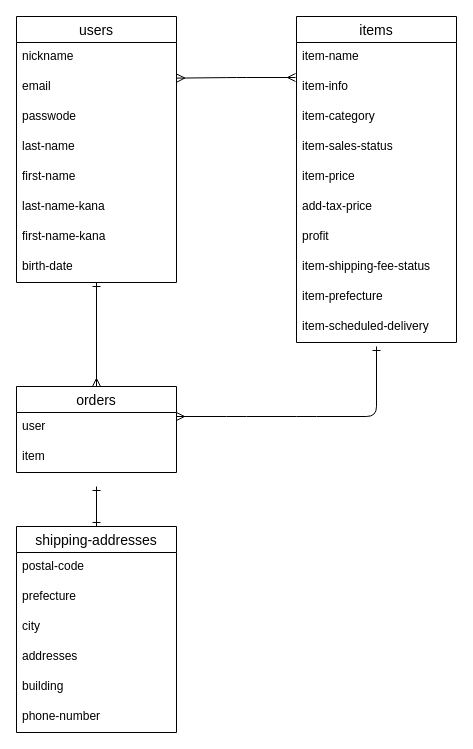
t-kashu/furima-39950 keeps this draw.io diagram as furima.dio. Above is the earlier version. Source tidied: cells renumbered, new cells numbered last; positions are measured from the earlier drawing's top-left corner, leaving out a move shared by most shapes. Both pictures are drawn from the tidied source at 100%, with x=0, y=0 at pixel (16, 16).
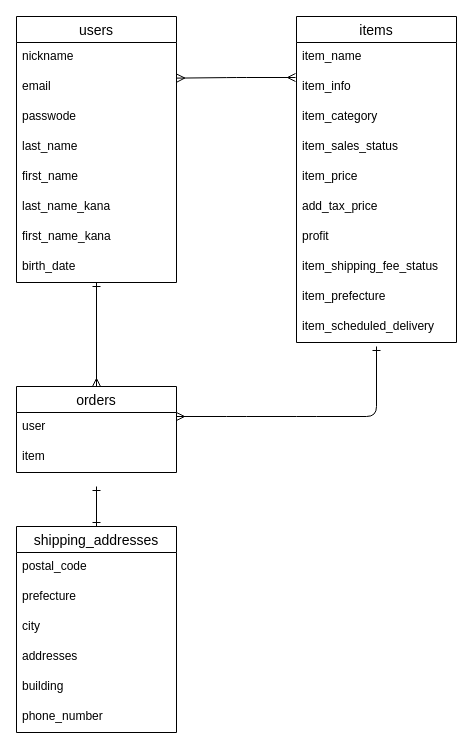
The same diagram, later.

Commit message (it also covers changes not shown here):
データベース設計修正2

Unchanged cells that the change refers to:
```xml
<mxCell id="2" value="users" style="swimlane;fontStyle=0;horizontal=1;startSize=26;align=center;fontSize=14;" parent="1" vertex="1">
  <mxGeometry width="160" height="266" as="geometry" />
</mxCell>
<mxCell id="11" value="items" style="swimlane;fontStyle=0;horizontal=1;startSize=26;align=center;fontSize=14;" parent="1" vertex="1">
  <mxGeometry x="280" width="160" height="326" as="geometry" />
</mxCell>
```

What changed in the source:
```diff
@@
-    <mxCell id="6" value="last-name" style="text;strokeColor=none;fillColor=none;spacingLeft=4;spacingRight=4;overflow=hidden;fontSize=12;" parent="2" vertex="1">
+    <mxCell id="6" value="last_name" style="text;strokeColor=none;fillColor=none;spacingLeft=4;spacingRight=4;overflow=hidden;fontSize=12;" parent="2" vertex="1">
       <mxGeometry y="116" width="160" height="30" as="geometry" />
     </mxCell>
-    <mxCell id="7" value="first-name" style="text;strokeColor=none;fillColor=none;spacingLeft=4;spacingRight=4;overflow=hidden;fontSize=12;" parent="2" vertex="1">
+    <mxCell id="7" value="first_name" style="text;strokeColor=none;fillColor=none;spacingLeft=4;spacingRight=4;overflow=hidden;fontSize=12;" parent="2" vertex="1">
       <mxGeometry y="146" width="160" height="30" as="geometry" />
     </mxCell>
-    <mxCell id="8" value="last-name-kana" style="text;strokeColor=none;fillColor=none;spacingLeft=4;spacingRight=4;overflow=hidden;fontSize=12;" parent="2" vertex="1">
+    <mxCell id="8" value="last_name_kana" style="text;strokeColor=none;fillColor=none;spacingLeft=4;spacingRight=4;overflow=hidden;fontSize=12;" parent="2" vertex="1">
       <mxGeometry y="176" width="160" height="30" as="geometry" />
     </mxCell>
-    <mxCell id="9" value="first-name-kana" style="text;strokeColor=none;fillColor=none;spacingLeft=4;spacingRight=4;overflow=hidden;fontSize=12;" parent="2" vertex="1">
+    <mxCell id="9" value="first_name_kana" style="text;strokeColor=none;fillColor=none;spacingLeft=4;spacingRight=4;overflow=hidden;fontSize=12;" parent="2" vertex="1">
       <mxGeometry y="206" width="160" height="30" as="geometry" />
     </mxCell>
-    <mxCell id="10" value="birth-date" style="text;strokeColor=none;fillColor=none;spacingLeft=4;spacingRight=4;overflow=hidden;points=[[0,0.5],[1,0.5]];portConstraint=eastwest;fontSize=12;" parent="2" vertex="1">
+    <mxCell id="10" value="birth_date" style="text;strokeColor=none;fillColor=none;spacingLeft=4;spacingRight=4;overflow=hidden;points=[[0,0.5],[1,0.5]];portConstraint=eastwest;fontSize=12;" parent="2" vertex="1">
       <mxGeometry y="236" width="160" height="30" as="geometry" />
     </mxCell>
@@
-    <mxCell id="12" value="item-name" style="text;strokeColor=none;fillColor=none;spacingLeft=4;spacingRight=4;overflow=hidden;fontSize=12;" parent="11" vertex="1">
+    <mxCell id="12" value="item_name" style="text;strokeColor=none;fillColor=none;spacingLeft=4;spacingRight=4;overflow=hidden;fontSize=12;" parent="11" vertex="1">
       <mxGeometry y="26" width="160" height="30" as="geometry" />
     </mxCell>
-    <mxCell id="13" value="item-info" style="text;strokeColor=none;fillColor=none;spacingLeft=4;spacingRight=4;overflow=hidden;fontSize=12;" parent="11" vertex="1">
+    <mxCell id="13" value="item_info" style="text;strokeColor=none;fillColor=none;spacingLeft=4;spacingRight=4;overflow=hidden;fontSize=12;" parent="11" vertex="1">
       <mxGeometry y="56" width="160" height="30" as="geometry" />
     </mxCell>
-    <mxCell id="14" value="item-category" style="text;strokeColor=none;fillColor=none;spacingLeft=4;spacingRight=4;overflow=hidden;fontSize=12;" parent="11" vertex="1">
+    <mxCell id="14" value="item_category" style="text;strokeColor=none;fillColor=none;spacingLeft=4;spacingRight=4;overflow=hidden;fontSize=12;" parent="11" vertex="1">
       <mxGeometry y="86" width="160" height="30" as="geometry" />
     </mxCell>
-    <mxCell id="15" value="item-sales-status" style="text;strokeColor=none;fillColor=none;spacingLeft=4;spacingRight=4;overflow=hidden;fontSize=12;" parent="11" vertex="1">
+    <mxCell id="15" value="item_sales_status" style="text;strokeColor=none;fillColor=none;spacingLeft=4;spacingRight=4;overflow=hidden;fontSize=12;" parent="11" vertex="1">
       <mxGeometry y="116" width="160" height="30" as="geometry" />
     </mxCell>
-    <mxCell id="16" value="item-price" style="text;strokeColor=none;fillColor=none;spacingLeft=4;spacingRight=4;overflow=hidden;fontSize=12;" parent="11" vertex="1">
+    <mxCell id="16" value="item_price" style="text;strokeColor=none;fillColor=none;spacingLeft=4;spacingRight=4;overflow=hidden;fontSize=12;" parent="11" vertex="1">
       <mxGeometry y="146" width="160" height="30" as="geometry" />
     </mxCell>
-    <mxCell id="17" value="add-tax-price" style="text;strokeColor=none;fillColor=none;spacingLeft=4;spacingRight=4;overflow=hidden;fontSize=12;" parent="11" vertex="1">
+    <mxCell id="17" value="add_tax_price" style="text;strokeColor=none;fillColor=none;spacingLeft=4;spacingRight=4;overflow=hidden;fontSize=12;" parent="11" vertex="1">
       <mxGeometry y="176" width="160" height="30" as="geometry" />
     </mxCell>
@@
-    <mxCell id="19" value="item-shipping-fee-status" style="text;strokeColor=none;fillColor=none;spacingLeft=4;spacingRight=4;overflow=hidden;fontSize=12;" parent="11" vertex="1">
+    <mxCell id="19" value="item_shipping_fee_status" style="text;strokeColor=none;fillColor=none;spacingLeft=4;spacingRight=4;overflow=hidden;fontSize=12;" parent="11" vertex="1">
       <mxGeometry y="236" width="160" height="30" as="geometry" />
     </mxCell>
-    <mxCell id="20" value="item-prefecture" style="text;strokeColor=none;fillColor=none;spacingLeft=4;spacingRight=4;overflow=hidden;fontSize=12;" parent="11" vertex="1">
+    <mxCell id="20" value="item_prefecture" style="text;strokeColor=none;fillColor=none;spacingLeft=4;spacingRight=4;overflow=hidden;fontSize=12;" parent="11" vertex="1">
       <mxGeometry y="266" width="160" height="30" as="geometry" />
     </mxCell>
-    <mxCell id="21" value="item-scheduled-delivery" style="text;strokeColor=none;fillColor=none;spacingLeft=4;spacingRight=4;overflow=hidden;points=[[0,0.5],[1,0.5]];portConstraint=eastwest;fontSize=12;" parent="11" vertex="1">
+    <mxCell id="21" value="item_scheduled_delivery" style="text;strokeColor=none;fillColor=none;spacingLeft=4;spacingRight=4;overflow=hidden;points=[[0,0.5],[1,0.5]];portConstraint=eastwest;fontSize=12;" parent="11" vertex="1">
       <mxGeometry y="296" width="160" height="30" as="geometry" />
     </mxCell>
@@
-    <mxCell id="24" value="shipping-addresses" style="swimlane;fontStyle=0;horizontal=1;startSize=26;align=center;fontSize=14;" parent="1" vertex="1">
+    <mxCell id="24" value="shipping_addresses" style="swimlane;fontStyle=0;horizontal=1;startSize=26;align=center;fontSize=14;" parent="1" vertex="1">
       <mxGeometry y="510" width="160" height="206" as="geometry" />
     </mxCell>
-    <mxCell id="25" value="postal-code" style="text;strokeColor=none;fillColor=none;spacingLeft=4;spacingRight=4;overflow=hidden;fontSize=12;" parent="24" vertex="1">
+    <mxCell id="25" value="postal_code" style="text;strokeColor=none;fillColor=none;spacingLeft=4;spacingRight=4;overflow=hidden;fontSize=12;" parent="24" vertex="1">
       <mxGeometry y="26" width="160" height="30" as="geometry" />
     </mxCell>
@@
-    <mxCell id="30" value="phone-number" style="text;strokeColor=none;fillColor=none;spacingLeft=4;spacingRight=4;overflow=hidden;fontSize=12;" parent="24" vertex="1">
+    <mxCell id="30" value="phone_number" style="text;strokeColor=none;fillColor=none;spacingLeft=4;spacingRight=4;overflow=hidden;fontSize=12;" parent="24" vertex="1">
       <mxGeometry y="176" width="160" height="30" as="geometry" />
     </mxCell>
```
